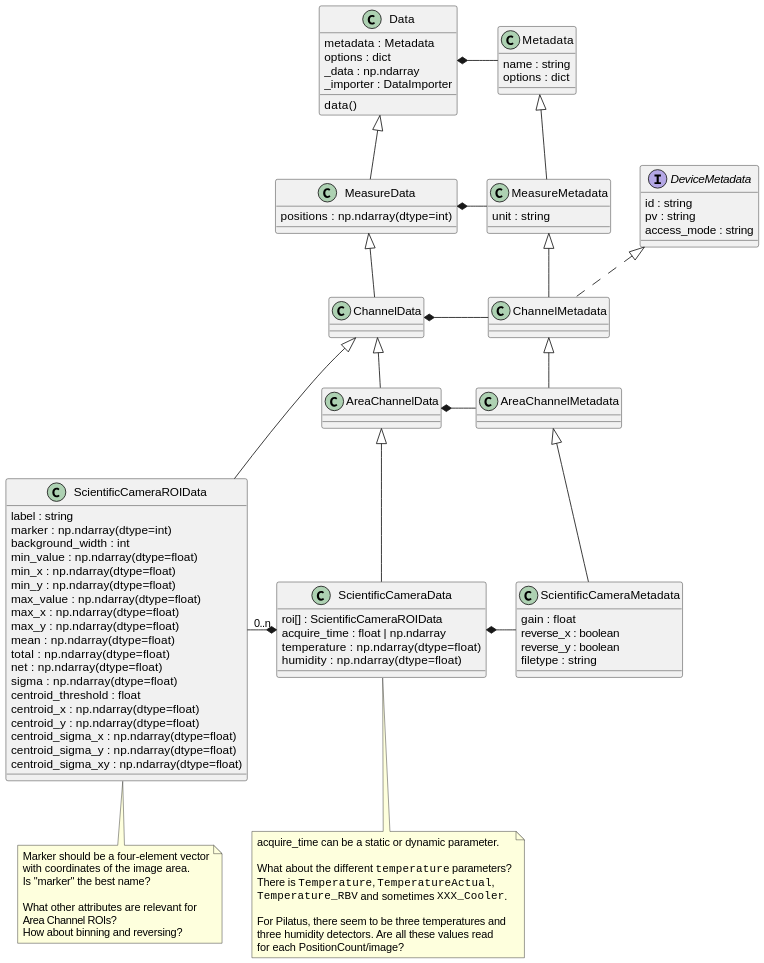
The PlantUML diagram docs/uml/scientificcamera.svg in tillbiskup/evedata, before a commit. Its diagram source:
```plantuml
@startuml

class Data {
    metadata : Metadata
    options : dict
    _data : np.ndarray
    _importer : DataImporter
    data()
}

Data *- Metadata

class MeasureData extends Data {
    {field} positions : np.ndarray(dtype=int)
}

MeasureData *- MeasureMetadata

class ChannelData extends MeasureData

ChannelData *- ChannelMetadata

class AreaChannelData extends ChannelData

AreaChannelData *- AreaChannelMetadata

class ScientificCameraData extends AreaChannelData {
    roi[] : ScientificCameraROIData
    acquire_time : float | np.ndarray
    {field} temperature : np.ndarray(dtype=float)
    {field} humidity : np.ndarray(dtype=float)
}
note bottom of ScientificCameraData
    acquire_time can be a static or dynamic parameter.

    What about the different ""temperature"" parameters?
    There is ""Temperature"", ""TemperatureActual"",
    ""Temperature_RBV"" and sometimes ""XXX_Cooler"".

    For Pilatus, there seem to be three temperatures and
    three humidity detectors. Are all these values read
    for each PositionCount/image?
end note

ScientificCameraData *- ScientificCameraMetadata

ScientificCameraROIData -[hidden]> ScientificCameraData
ScientificCameraROIData "0..n" -* ScientificCameraData
ScientificCameraROIData -[hidden]> ScientificCameraData

class ScientificCameraROIData extends ChannelData{
    {field} label : string
    {field} marker : np.ndarray(dtype=int)
    background_width : int
    {field} min_value : np.ndarray(dtype=float)
    {field} min_x : np.ndarray(dtype=float)
    {field} min_y : np.ndarray(dtype=float)
    {field} max_value : np.ndarray(dtype=float)
    {field} max_x : np.ndarray(dtype=float)
    {field} max_y : np.ndarray(dtype=float)
    {field} mean : np.ndarray(dtype=float)
    {field} total : np.ndarray(dtype=float)
    {field} net : np.ndarray(dtype=float)
    {field} sigma : np.ndarray(dtype=float)
    centroid_threshold : float
    {field} centroid_x : np.ndarray(dtype=float)
    {field} centroid_y : np.ndarray(dtype=float)
    {field} centroid_sigma_x : np.ndarray(dtype=float)
    {field} centroid_sigma_y : np.ndarray(dtype=float)
    {field} centroid_sigma_xy : np.ndarray(dtype=float)
}
note bottom of ScientificCameraROIData
    Marker should be a four-element vector
    with coordinates of the image area.
    Is "marker" the best name?

    What other attributes are relevant for
    Area Channel ROIs?
    How about binning and reversing?
end note


class Metadata {
    name : string
    options : dict
}

class MeasureMetadata extends Metadata {
    unit : string
}

interface DeviceMetadata {
    id : string
    pv : string
    access_mode : string
}

class ChannelMetadata extends MeasureMetadata implements DeviceMetadata

class AreaChannelMetadata extends ChannelMetadata

class ScientificCameraMetadata extends AreaChannelMetadata {
    gain : float
    reverse_x : boolean
    reverse_y : boolean
    filetype : string
}
@enduml
```
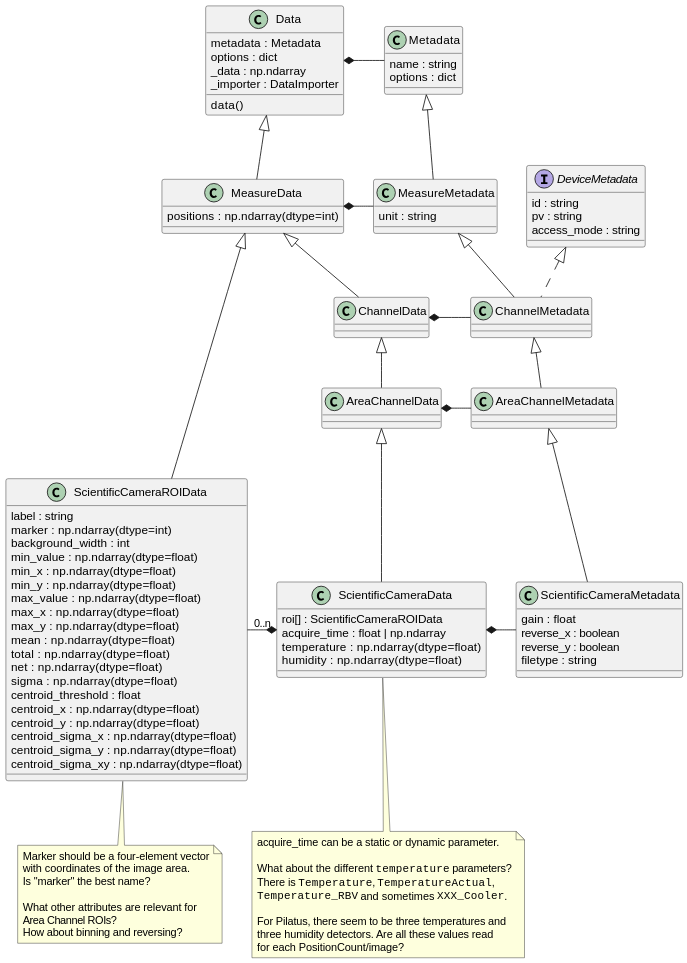
Later version of the same file.

Commit message:
ROI classes inherit from MeasureData; adjust UML; update docs

Change to the diagram source:
```diff
@@ -48,7 +48,7 @@
 ScientificCameraROIData "0..n" -* ScientificCameraData
 ScientificCameraROIData -[hidden]> ScientificCameraData
 
-class ScientificCameraROIData extends ChannelData{
+class ScientificCameraROIData extends MeasureData{
     {field} label : string
     {field} marker : np.ndarray(dtype=int)
     background_width : int
@@ -95,6 +95,8 @@
     access_mode : string
 }
 
+MeasureMetadata -[hidden]> DeviceMetadata
+
 class ChannelMetadata extends MeasureMetadata implements DeviceMetadata
 
 class AreaChannelMetadata extends ChannelMetadata
```
